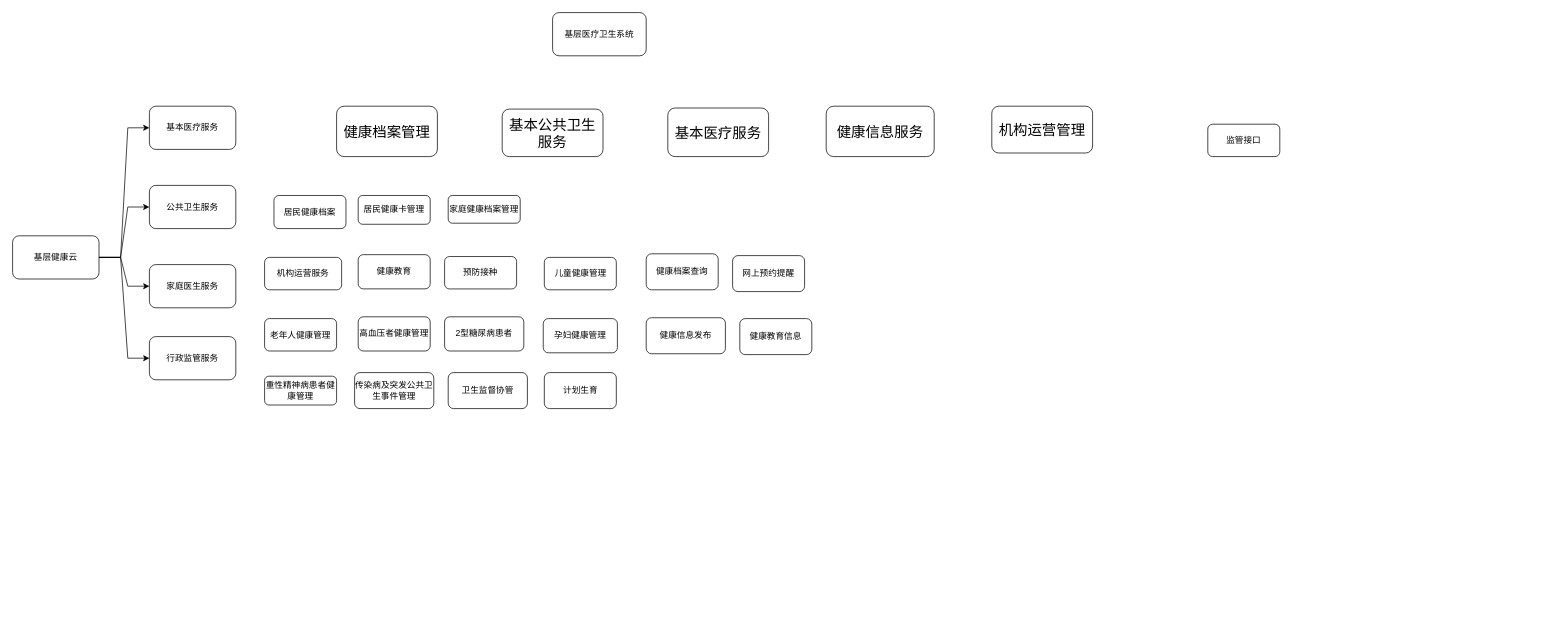
lzdong0714/note keeps this draw.io diagram as page "业务的数据标准支撑" (3 of 3) of healthCloud.drawio. Above is the earlier version. Source tidied: cells renumbered, new cells numbered last; positions are measured from the earlier drawing's top-left corner, leaving out a move shared by most shapes. Both pictures are drawn from the tidied source at 72%, with x=0, y=0 at pixel (12, 12).
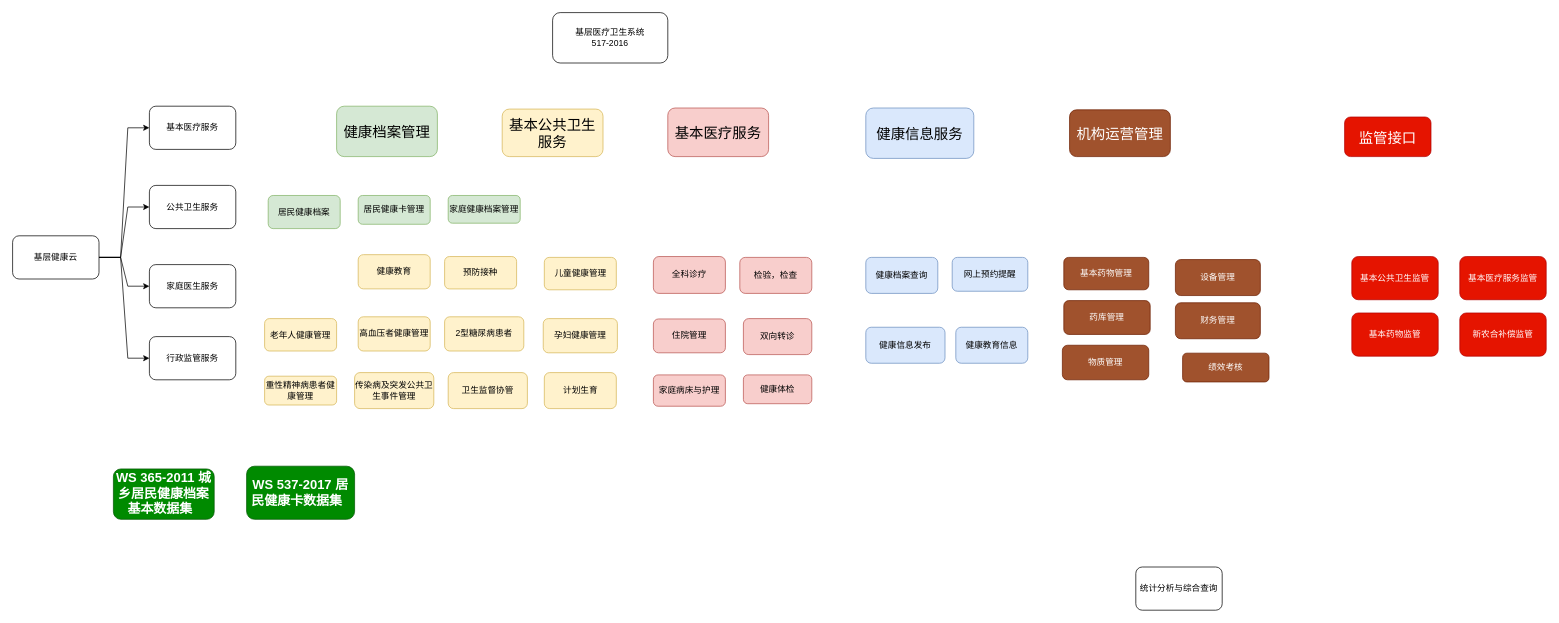
Above is the later version.

The edit, as a diff of the source:
```diff
@@
-    <mxCell id="11" value="基层医疗卫生系统" style="rounded=1;whiteSpace=wrap;html=1;" parent="1" vertex="1">
-      <mxGeometry x="750" width="130" height="60" as="geometry" />
+    <mxCell id="11" value="基层医疗卫生系统&lt;br&gt;517-2016" style="rounded=1;whiteSpace=wrap;html=1;" parent="1" vertex="1">
+      <mxGeometry x="750" width="160" height="70" as="geometry" />
     </mxCell>
-    <mxCell id="12" value="&lt;font style=&quot;font-size: 20px&quot;&gt;健康档案管理&lt;/font&gt;" style="rounded=1;whiteSpace=wrap;html=1;" parent="1" vertex="1">
+    <mxCell id="12" value="&lt;font style=&quot;font-size: 20px&quot;&gt;健康档案管理&lt;/font&gt;" style="rounded=1;whiteSpace=wrap;html=1;fillColor=#d5e8d4;strokeColor=#82b366;" parent="1" vertex="1">
       <mxGeometry x="450" y="130" width="140" height="70" as="geometry" />
     </mxCell>
-    <mxCell id="13" value="&lt;font style=&quot;font-size: 20px&quot;&gt;基本公共卫生服务&lt;/font&gt;" style="rounded=1;whiteSpace=wrap;html=1;" parent="1" vertex="1">
+    <mxCell id="13" value="&lt;font style=&quot;font-size: 20px&quot;&gt;基本公共卫生服务&lt;/font&gt;" style="rounded=1;whiteSpace=wrap;html=1;fillColor=#fff2cc;strokeColor=#d6b656;" parent="1" vertex="1">
       <mxGeometry x="680" y="134" width="140" height="66" as="geometry" />
     </mxCell>
-    <mxCell id="14" value="&lt;font style=&quot;font-size: 20px&quot;&gt;基本医疗服务&lt;/font&gt;" style="rounded=1;whiteSpace=wrap;html=1;" parent="1" vertex="1">
+    <mxCell id="14" value="&lt;font style=&quot;font-size: 20px&quot;&gt;基本医疗服务&lt;/font&gt;" style="rounded=1;whiteSpace=wrap;html=1;fillColor=#f8cecc;strokeColor=#b85450;" parent="1" vertex="1">
       <mxGeometry x="910" y="132.5" width="140" height="67.5" as="geometry" />
     </mxCell>
-    <mxCell id="15" value="&lt;font style=&quot;font-size: 20px&quot;&gt;健康信息服务&lt;/font&gt;" style="rounded=1;whiteSpace=wrap;html=1;" parent="1" vertex="1">
-      <mxGeometry x="1130" y="130" width="150" height="70" as="geometry" />
+    <mxCell id="15" value="&lt;font style=&quot;font-size: 20px&quot;&gt;健康信息服务&lt;/font&gt;" style="rounded=1;whiteSpace=wrap;html=1;fillColor=#dae8fc;strokeColor=#6c8ebf;" parent="1" vertex="1">
+      <mxGeometry x="1185" y="132.5" width="150" height="70" as="geometry" />
     </mxCell>
-    <mxCell id="16" value="机构运营服务" style="rounded=1;whiteSpace=wrap;html=1;" parent="1" vertex="1">
-      <mxGeometry x="350" y="340" width="107" height="45" as="geometry" />
-    </mxCell>
-    <mxCell id="17" value="居民健康档案" style="rounded=1;whiteSpace=wrap;html=1;" parent="1" vertex="1">
-      <mxGeometry x="363" y="254" width="100" height="46" as="geometry" />
+    <mxCell id="17" value="居民健康档案" style="rounded=1;whiteSpace=wrap;html=1;fillColor=#d5e8d4;strokeColor=#82b366;" parent="1" vertex="1">
+      <mxGeometry x="355" y="254" width="100" height="46" as="geometry" />
     </mxCell>
-    <mxCell id="18" value="居民健康卡管理" style="rounded=1;whiteSpace=wrap;html=1;" parent="1" vertex="1">
+    <mxCell id="18" value="居民健康卡管理" style="rounded=1;whiteSpace=wrap;html=1;fillColor=#d5e8d4;strokeColor=#82b366;" parent="1" vertex="1">
       <mxGeometry x="480" y="254" width="100" height="40" as="geometry" />
     </mxCell>
-    <mxCell id="19" value="家庭健康档案管理" style="rounded=1;whiteSpace=wrap;html=1;" parent="1" vertex="1">
+    <mxCell id="19" value="家庭健康档案管理" style="rounded=1;whiteSpace=wrap;html=1;fillColor=#d5e8d4;strokeColor=#82b366;" parent="1" vertex="1">
       <mxGeometry x="605" y="254" width="100" height="38.5" as="geometry" />
     </mxCell>
-    <mxCell id="20" value="健康教育" style="rounded=1;whiteSpace=wrap;html=1;" parent="1" vertex="1">
+    <mxCell id="20" value="健康教育" style="rounded=1;whiteSpace=wrap;html=1;fillColor=#fff2cc;strokeColor=#d6b656;" parent="1" vertex="1">
       <mxGeometry x="480" y="336.2" width="100" height="47.5" as="geometry" />
     </mxCell>
-    <mxCell id="21" value="预防接种" style="rounded=1;whiteSpace=wrap;html=1;" parent="1" vertex="1">
+    <mxCell id="21" value="预防接种" style="rounded=1;whiteSpace=wrap;html=1;fillColor=#fff2cc;strokeColor=#d6b656;" parent="1" vertex="1">
       <mxGeometry x="600" y="338.8" width="100" height="45" as="geometry" />
     </mxCell>
-    <mxCell id="22" value="儿童健康管理" style="rounded=1;whiteSpace=wrap;html=1;" parent="1" vertex="1">
+    <mxCell id="22" value="儿童健康管理" style="rounded=1;whiteSpace=wrap;html=1;fillColor=#fff2cc;strokeColor=#d6b656;" parent="1" vertex="1">
       <mxGeometry x="738.5" y="340" width="100" height="45" as="geometry" />
     </mxCell>
-    <mxCell id="23" value="孕妇健康管理" style="rounded=1;whiteSpace=wrap;html=1;" parent="1" vertex="1">
+    <mxCell id="23" value="孕妇健康管理" style="rounded=1;whiteSpace=wrap;html=1;fillColor=#fff2cc;strokeColor=#d6b656;" parent="1" vertex="1">
       <mxGeometry x="737" y="425" width="103" height="47.5" as="geometry" />
     </mxCell>
-    <mxCell id="24" value="老年人健康管理" style="rounded=1;whiteSpace=wrap;html=1;" parent="1" vertex="1">
+    <mxCell id="24" value="老年人健康管理" style="rounded=1;whiteSpace=wrap;html=1;fillColor=#fff2cc;strokeColor=#d6b656;" parent="1" vertex="1">
       <mxGeometry x="350" y="425" width="100" height="45" as="geometry" />
     </mxCell>
-    <mxCell id="25" value="高血压者健康管理" style="rounded=1;whiteSpace=wrap;html=1;" parent="1" vertex="1">
+    <mxCell id="25" value="高血压者健康管理" style="rounded=1;whiteSpace=wrap;html=1;fillColor=#fff2cc;strokeColor=#d6b656;" parent="1" vertex="1">
       <mxGeometry x="480" y="422.5" width="100" height="47.5" as="geometry" />
     </mxCell>
-    <mxCell id="26" value="2型糖尿病患者" style="rounded=1;whiteSpace=wrap;html=1;" parent="1" vertex="1">
+    <mxCell id="26" value="2型糖尿病患者" style="rounded=1;whiteSpace=wrap;html=1;fillColor=#fff2cc;strokeColor=#d6b656;" parent="1" vertex="1">
       <mxGeometry x="600" y="422.5" width="110" height="47.5" as="geometry" />
     </mxCell>
-    <mxCell id="27" value="重性精神病患者健康管理" style="rounded=1;whiteSpace=wrap;html=1;" parent="1" vertex="1">
+    <mxCell id="27" value="重性精神病患者健康管理" style="rounded=1;whiteSpace=wrap;html=1;fillColor=#fff2cc;strokeColor=#d6b656;" parent="1" vertex="1">
       <mxGeometry x="350" y="505" width="100" height="40" as="geometry" />
     </mxCell>
-    <mxCell id="28" value="传染病及突发公共卫生事件管理" style="rounded=1;whiteSpace=wrap;html=1;" parent="1" vertex="1">
+    <mxCell id="28" value="传染病及突发公共卫生事件管理" style="rounded=1;whiteSpace=wrap;html=1;fillColor=#fff2cc;strokeColor=#d6b656;" parent="1" vertex="1">
       <mxGeometry x="475" y="500" width="110" height="50" as="geometry" />
     </mxCell>
-    <mxCell id="29" value="卫生监督协管" style="rounded=1;whiteSpace=wrap;html=1;" parent="1" vertex="1">
+    <mxCell id="29" value="卫生监督协管" style="rounded=1;whiteSpace=wrap;html=1;fillColor=#fff2cc;strokeColor=#d6b656;" parent="1" vertex="1">
       <mxGeometry x="605" y="500" width="110" height="50" as="geometry" />
     </mxCell>
-    <mxCell id="30" value="计划生育" style="rounded=1;whiteSpace=wrap;html=1;" parent="1" vertex="1">
+    <mxCell id="30" value="计划生育" style="rounded=1;whiteSpace=wrap;html=1;fillColor=#fff2cc;strokeColor=#d6b656;" parent="1" vertex="1">
       <mxGeometry x="738.5" y="500" width="100" height="50" as="geometry" />
     </mxCell>
-    <mxCell id="31" value="健康档案查询" style="rounded=1;whiteSpace=wrap;html=1;" parent="1" vertex="1">
-      <mxGeometry x="880" y="335" width="100" height="50" as="geometry" />
+    <mxCell id="31" value="健康档案查询" style="rounded=1;whiteSpace=wrap;html=1;fillColor=#dae8fc;strokeColor=#6c8ebf;" parent="1" vertex="1">
+      <mxGeometry x="1185" y="340" width="100" height="50" as="geometry" />
     </mxCell>
-    <mxCell id="32" value="健康信息发布" style="rounded=1;whiteSpace=wrap;html=1;" parent="1" vertex="1">
-      <mxGeometry x="880" y="423.8" width="110" height="50" as="geometry" />
+    <mxCell id="32" value="健康信息发布" style="rounded=1;whiteSpace=wrap;html=1;fillColor=#dae8fc;strokeColor=#6c8ebf;" parent="1" vertex="1">
+      <mxGeometry x="1185" y="437" width="110" height="50" as="geometry" />
     </mxCell>
-    <mxCell id="33" value="网上预约提醒" style="rounded=1;whiteSpace=wrap;html=1;" parent="1" vertex="1">
-      <mxGeometry x="1000" y="337.5" width="100" height="50" as="geometry" />
+    <mxCell id="33" value="网上预约提醒" style="rounded=1;whiteSpace=wrap;html=1;fillColor=#dae8fc;strokeColor=#6c8ebf;" parent="1" vertex="1">
+      <mxGeometry x="1305" y="340" width="105" height="47" as="geometry" />
     </mxCell>
-    <mxCell id="34" value="健康教育信息" style="rounded=1;whiteSpace=wrap;html=1;" parent="1" vertex="1">
-      <mxGeometry x="1010" y="425" width="100" height="50" as="geometry" />
+    <mxCell id="34" value="健康教育信息" style="rounded=1;whiteSpace=wrap;html=1;fillColor=#dae8fc;strokeColor=#6c8ebf;" parent="1" vertex="1">
+      <mxGeometry x="1310" y="437" width="100" height="50" as="geometry" />
     </mxCell>
-    <mxCell id="35" value="&lt;font style=&quot;font-size: 20px&quot;&gt;机构运营管理&lt;/font&gt;" style="rounded=1;whiteSpace=wrap;html=1;" parent="1" vertex="1">
-      <mxGeometry x="1360" y="130" width="140" height="65" as="geometry" />
+    <mxCell id="35" value="&lt;font style=&quot;font-size: 20px&quot;&gt;机构运营管理&lt;/font&gt;" style="rounded=1;whiteSpace=wrap;html=1;fillColor=#a0522d;strokeColor=#6D1F00;fontColor=#ffffff;" parent="1" vertex="1">
+      <mxGeometry x="1468" y="135" width="140" height="65" as="geometry" />
     </mxCell>
-    <mxCell id="36" value="监管接口" style="rounded=1;whiteSpace=wrap;html=1;" parent="1" vertex="1">
-      <mxGeometry x="1660" y="155" width="100" height="45" as="geometry" />
+    <mxCell id="36" value="&lt;font style=&quot;font-size: 20px&quot;&gt;监管接口&lt;/font&gt;" style="rounded=1;whiteSpace=wrap;html=1;fillColor=#e51400;strokeColor=#B20000;fontColor=#ffffff;" parent="1" vertex="1">
+      <mxGeometry x="1850" y="145" width="120" height="55" as="geometry" />
     </mxCell>
+    <mxCell id="37" value="全科诊疗" style="rounded=1;whiteSpace=wrap;html=1;fillColor=#f8cecc;strokeColor=#b85450;" parent="1" vertex="1">
+      <mxGeometry x="890" y="338.8" width="100" height="51.2" as="geometry" />
+    </mxCell>
+    <mxCell id="38" value="住院管理" style="rounded=1;whiteSpace=wrap;html=1;fillColor=#f8cecc;strokeColor=#b85450;" parent="1" vertex="1">
+      <mxGeometry x="890" y="425.5" width="100" height="47" as="geometry" />
+    </mxCell>
+    <mxCell id="39" value="家庭病床与护理" style="rounded=1;whiteSpace=wrap;html=1;fillColor=#f8cecc;strokeColor=#b85450;" parent="1" vertex="1">
+      <mxGeometry x="890" y="503.2" width="100" height="43.5" as="geometry" />
+    </mxCell>
+    <mxCell id="40" value="健康体检" style="rounded=1;whiteSpace=wrap;html=1;fillColor=#f8cecc;strokeColor=#b85450;" parent="1" vertex="1">
+      <mxGeometry x="1015" y="503.2" width="95" height="40" as="geometry" />
+    </mxCell>
+    <mxCell id="41" value="检验，检查" style="rounded=1;whiteSpace=wrap;html=1;fillColor=#f8cecc;strokeColor=#b85450;" parent="1" vertex="1">
+      <mxGeometry x="1010" y="340" width="100" height="50" as="geometry" />
+    </mxCell>
+    <mxCell id="42" value="双向转诊" style="rounded=1;whiteSpace=wrap;html=1;fillColor=#f8cecc;strokeColor=#b85450;" parent="1" vertex="1">
+      <mxGeometry x="1015" y="425" width="95" height="50" as="geometry" />
+    </mxCell>
+    <mxCell id="43" value="基本药物管理" style="rounded=1;whiteSpace=wrap;html=1;fillColor=#a0522d;strokeColor=#6D1F00;fontColor=#ffffff;" parent="1" vertex="1">
+      <mxGeometry x="1460" y="340" width="118" height="45" as="geometry" />
+    </mxCell>
+    <mxCell id="44" value="药库管理" style="rounded=1;whiteSpace=wrap;html=1;fillColor=#a0522d;strokeColor=#6D1F00;fontColor=#ffffff;" parent="1" vertex="1">
+      <mxGeometry x="1460" y="400" width="120" height="47" as="geometry" />
+    </mxCell>
+    <mxCell id="45" value="物质管理" style="rounded=1;whiteSpace=wrap;html=1;fillColor=#a0522d;strokeColor=#6D1F00;fontColor=#ffffff;" parent="1" vertex="1">
+      <mxGeometry x="1458" y="462" width="120" height="48" as="geometry" />
+    </mxCell>
+    <mxCell id="46" value="设备管理" style="rounded=1;whiteSpace=wrap;html=1;fillColor=#a0522d;strokeColor=#6D1F00;fontColor=#ffffff;" parent="1" vertex="1">
+      <mxGeometry x="1615" y="343" width="118" height="50" as="geometry" />
+    </mxCell>
+    <mxCell id="47" value="财务管理" style="rounded=1;whiteSpace=wrap;html=1;fillColor=#a0522d;strokeColor=#6D1F00;fontColor=#ffffff;" parent="1" vertex="1">
+      <mxGeometry x="1615" y="403" width="118" height="50" as="geometry" />
+    </mxCell>
+    <mxCell id="48" value="绩效考核" style="rounded=1;whiteSpace=wrap;html=1;fillColor=#a0522d;strokeColor=#6D1F00;fontColor=#ffffff;" parent="1" vertex="1">
+      <mxGeometry x="1625" y="473" width="120" height="40" as="geometry" />
+    </mxCell>
+    <mxCell id="49" value="统计分析与综合查询" style="rounded=1;whiteSpace=wrap;html=1;" parent="1" vertex="1">
+      <mxGeometry x="1560" y="770" width="120" height="60" as="geometry" />
+    </mxCell>
+    <mxCell id="50" value="基本公共卫生监管" style="rounded=1;whiteSpace=wrap;html=1;fillColor=#e51400;strokeColor=#B20000;fontColor=#ffffff;" parent="1" vertex="1">
+      <mxGeometry x="1860" y="338.8" width="120" height="60" as="geometry" />
+    </mxCell>
+    <mxCell id="51" value="基本医疗服务监管" style="rounded=1;whiteSpace=wrap;html=1;fillColor=#e51400;strokeColor=#B20000;fontColor=#ffffff;" parent="1" vertex="1">
+      <mxGeometry x="2010" y="338.8" width="120" height="60" as="geometry" />
+    </mxCell>
+    <mxCell id="52" value="基本药物监管" style="rounded=1;whiteSpace=wrap;html=1;fillColor=#e51400;strokeColor=#B20000;fontColor=#ffffff;" parent="1" vertex="1">
+      <mxGeometry x="1860" y="417.2" width="120" height="60" as="geometry" />
+    </mxCell>
+    <mxCell id="53" value="新农合补偿监管" style="rounded=1;whiteSpace=wrap;html=1;fillColor=#e51400;strokeColor=#B20000;fontColor=#ffffff;" parent="1" vertex="1">
+      <mxGeometry x="2010" y="417.2" width="120" height="60" as="geometry" />
+    </mxCell>
+    <mxCell id="54" value="&lt;font style=&quot;font-size: 18px&quot; color=&quot;#ffffff&quot;&gt;&lt;b&gt;&lt;span class=&quot;fontstyle0&quot;&gt;WS 365-2011 城乡居民健康档案基本数据集&lt;/span&gt;&amp;nbsp;&amp;nbsp;&lt;/b&gt;&lt;/font&gt;" style="rounded=1;whiteSpace=wrap;html=1;fillColor=#008a00;strokeColor=#005700;fontColor=#ffffff;" parent="1" vertex="1">
+      <mxGeometry x="140" y="633.8" width="140" height="70" as="geometry" />
+    </mxCell>
+    <mxCell id="55" value="&lt;font style=&quot;font-size: 18px&quot; color=&quot;#ffffff&quot;&gt;&lt;b&gt;&lt;span class=&quot;fontstyle0&quot;&gt;WS 537-2017 居民健康卡数据集&lt;/span&gt;&amp;nbsp;&amp;nbsp;&lt;/b&gt;&lt;/font&gt;" style="rounded=1;whiteSpace=wrap;html=1;fillColor=#008a00;strokeColor=#005700;fontColor=#ffffff;" parent="1" vertex="1">
+      <mxGeometry x="325" y="630" width="150" height="73.8" as="geometry" />
+    </mxCell>
```
